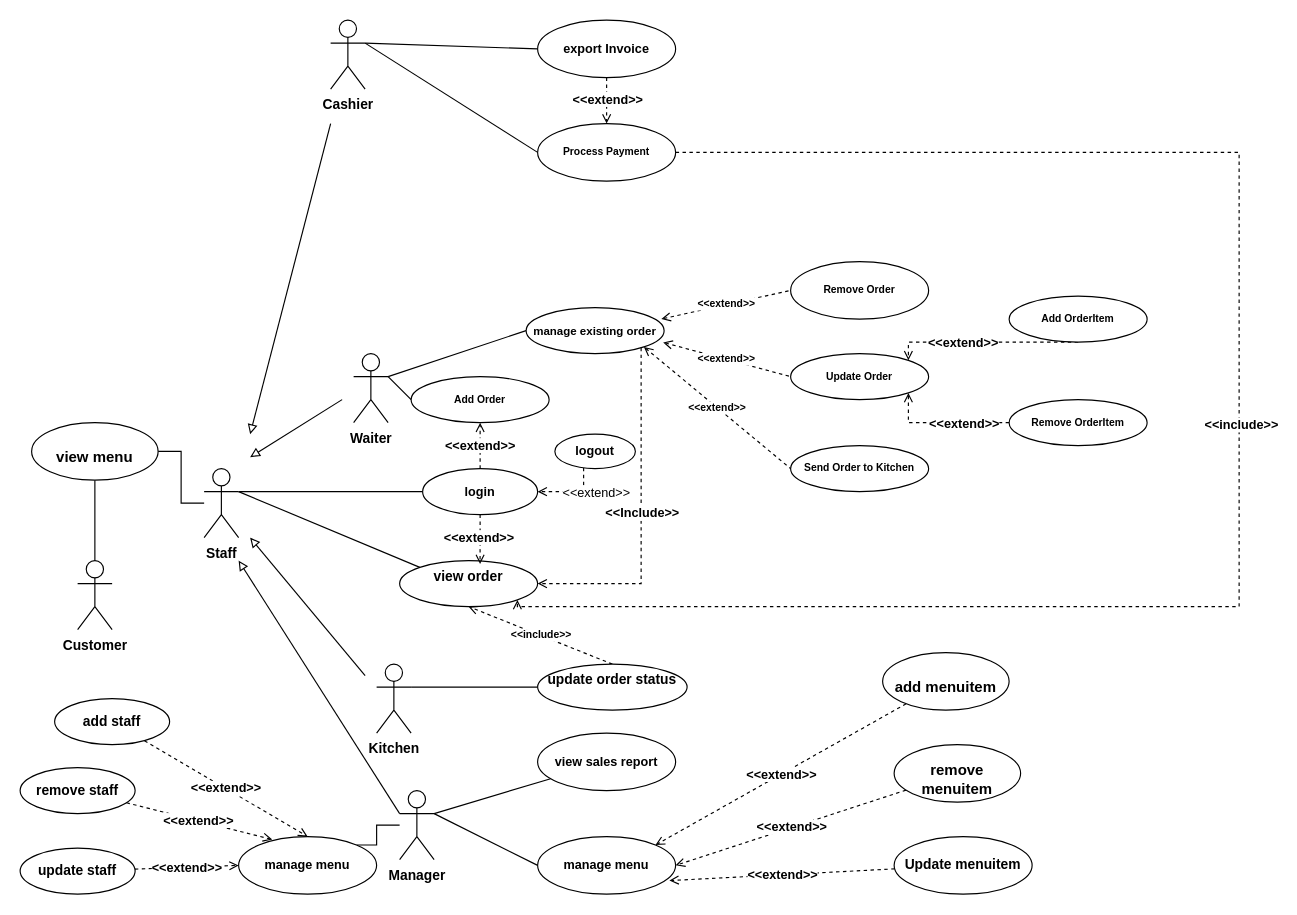
Earlier version of the draw.io diagram page "Page-1" (1 of 2) of Restaurant_usecase.drawio (hoangda24312/Restaurant-Management-Group-Project). Source tidied: cells renumbered, new cells numbered last; positions are measured from the earlier drawing's top-left corner, leaving out a move shared by most shapes. Both pictures are drawn from the tidied source at 115%, with x=0, y=0 at pixel (20, 20).
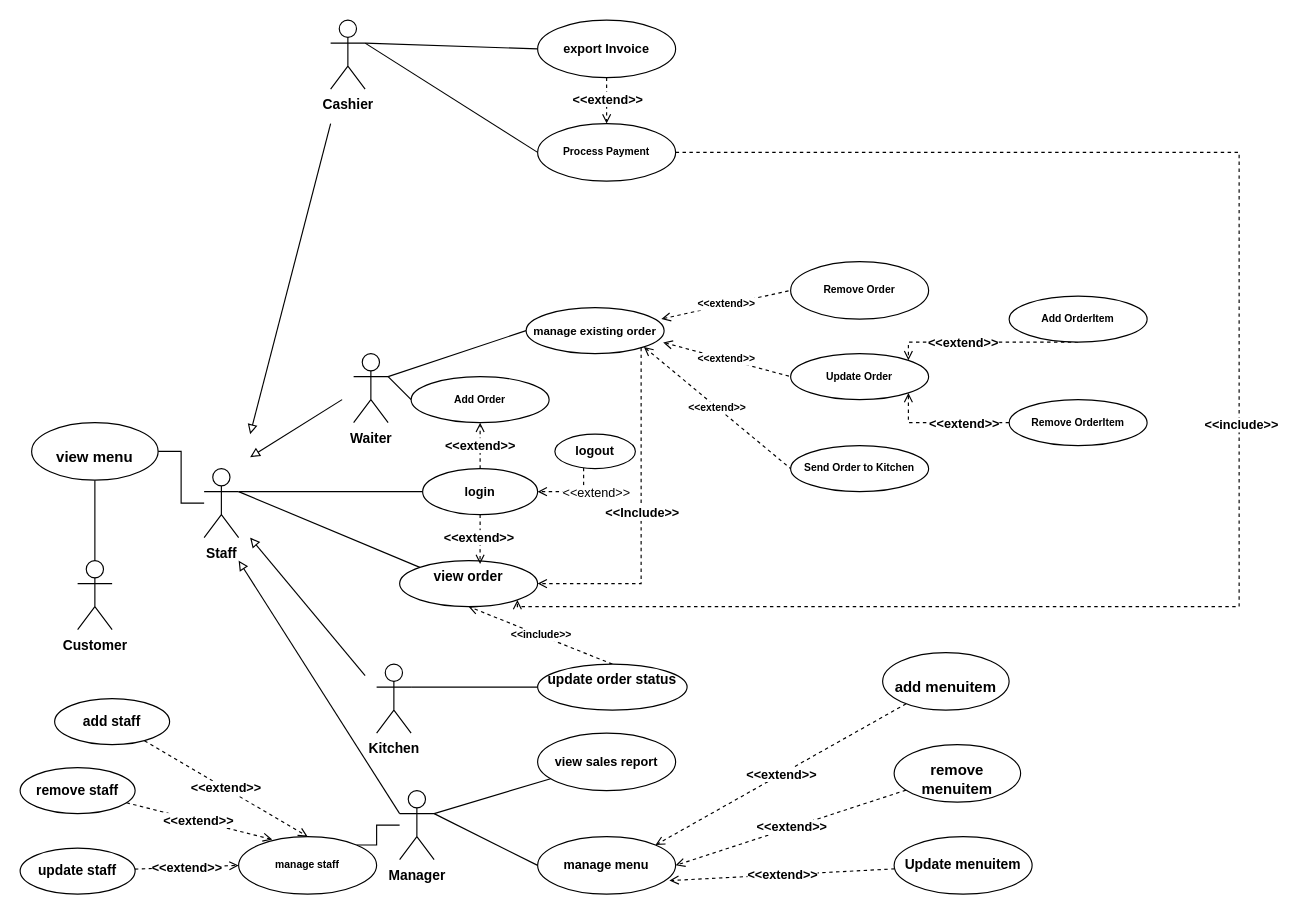
The same diagram, later.

Commit message:
*sua manage staff

Change to the diagram source:
```diff
@@
-    <mxCell id="64" value="&lt;br&gt;&lt;p&gt;&lt;font style=&quot;font-size: 11px;&quot;&gt;manage menu&lt;/font&gt;&lt;/p&gt;&lt;div&gt;&lt;br&gt;&lt;/div&gt;" style="ellipse;whiteSpace=wrap;html=1;fontSize=9;verticalAlign=middle;fontStyle=1;" parent="1" vertex="1">
+    <mxCell id="64" value="&lt;div&gt;manage staff&lt;/div&gt;" style="ellipse;whiteSpace=wrap;html=1;fontSize=9;verticalAlign=middle;fontStyle=1;" parent="1" vertex="1">
       <mxGeometry x="190" y="710" width="120" height="50" as="geometry" />
     </mxCell>
```
